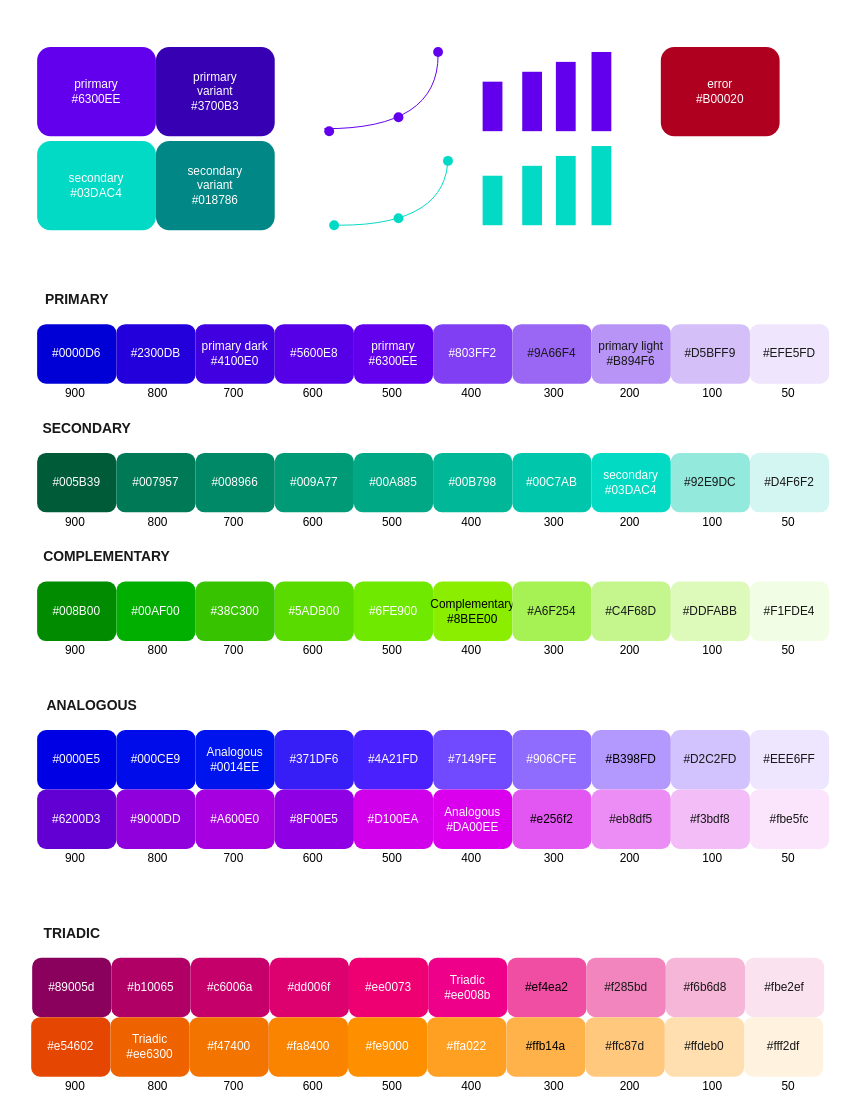
Above: page "chart-theme" (1 of 2) of languages/common/ux/color.drawio in yangdj/tf_docs (draw.io), before the change. Source tidied: cells renumbered, new cells numbered last; positions are measured from the earlier drawing's top-left corner, leaving out a move shared by most shapes. Both pictures are drawn from the tidied source at 99%, with x=0, y=0 at pixel (17, 17).
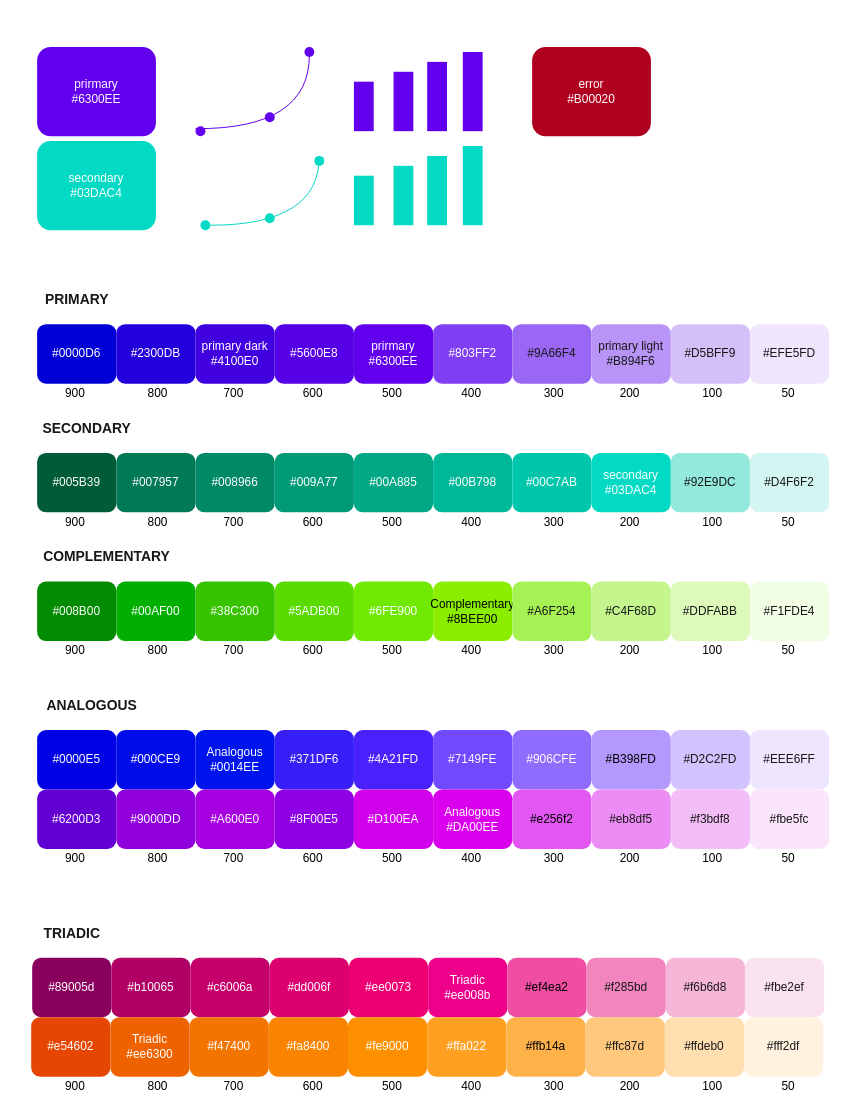
After the change.

The edit, as a diff of the source:
```diff
@@
     <mxCell id="4" style="endArrow=none;html=1;fontColor=#FFFFFF;edgeStyle=orthogonalEdgeStyle;curved=1;strokeColor=#03DAC5;" parent="1" edge="1" source="20">
       <mxGeometry relative="1" as="geometry">
-        <mxPoint x="435" y="140" as="targetPoint" />
+        <mxPoint x="305" y="140" as="targetPoint" />
       </mxGeometry>
     </mxCell>
     <mxCell id="5" style="group;" parent="1" vertex="1">
-      <mxGeometry x="470" y="35" width="130" height="80" as="geometry" />
+      <mxGeometry x="340" y="35" width="130" height="80" as="geometry" />
     </mxCell>
@@
     <mxCell id="11" style="group;" parent="1" vertex="1">
-      <mxGeometry x="470" y="130" width="130" height="80" as="geometry" />
+      <mxGeometry x="340" y="130" width="130" height="80" as="geometry" />
     </mxCell>
@@
     <mxCell id="18" style="ellipse;whiteSpace=wrap;html=1;strokeColor=none;fillColor=#03DAC5;fontColor=#FFFFFF;" parent="1" vertex="1">
-      <mxGeometry x="430" y="140" width="10" height="10" as="geometry" />
+      <mxGeometry x="300" y="140" width="10" height="10" as="geometry" />
     </mxCell>
     <mxCell id="19" style="ellipse;whiteSpace=wrap;html=1;strokeColor=none;fillColor=#03DAC5;fontColor=#FFFFFF;" parent="1" vertex="1">
-      <mxGeometry x="380" y="198" width="10" height="10" as="geometry" />
+      <mxGeometry x="250" y="198" width="10" height="10" as="geometry" />
     </mxCell>
     <mxCell id="20" style="ellipse;whiteSpace=wrap;html=1;strokeColor=none;fillColor=#03DAC5;fontColor=#FFFFFF;" parent="1" vertex="1">
-      <mxGeometry x="315" y="205" width="10" height="10" as="geometry" />
+      <mxGeometry x="185" y="205" width="10" height="10" as="geometry" />
     </mxCell>
     <mxCell id="21" style="group;" parent="1" vertex="1">
-      <mxGeometry x="310" y="30" width="120" height="90" as="geometry" />
+      <mxGeometry x="180" y="30" width="120" height="90" as="geometry" />
     </mxCell>
@@
-    <mxCell id="107" value="prirmary&lt;br&gt;variant&lt;br&gt;#3700B3" style="rounded=1;whiteSpace=wrap;html=1;fillColor=#3700B3;strokeColor=none;fontColor=#FFFFFF;" parent="1" vertex="1">
-      <mxGeometry x="140" y="30" width="120" height="90" as="geometry" />
-    </mxCell>
-    <mxCell id="108" value="secondary&lt;br&gt;variant&lt;br&gt;#018786" style="rounded=1;whiteSpace=wrap;html=1;fillColor=#018786;strokeColor=none;fontColor=#FFFFFF;" parent="1" vertex="1">
-      <mxGeometry x="140" y="125" width="120" height="90" as="geometry" />
-    </mxCell>
     <mxCell id="109" value="error&lt;br&gt;#B00020" style="rounded=1;whiteSpace=wrap;html=1;fillColor=#B00020;strokeColor=none;fontColor=#FFFFFF;" parent="1" vertex="1">
-      <mxGeometry x="650" y="30" width="120" height="90" as="geometry" />
+      <mxGeometry x="520" y="30" width="120" height="90" as="geometry" />
     </mxCell>
```
